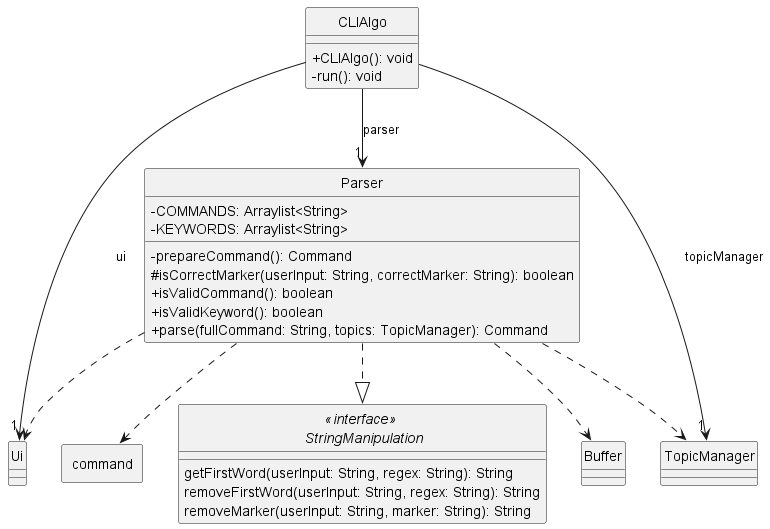
Before: docs/class-diagrams/diagrams/ParserClass.png, a diagram exported from PlantUML (ong-ck/tp).
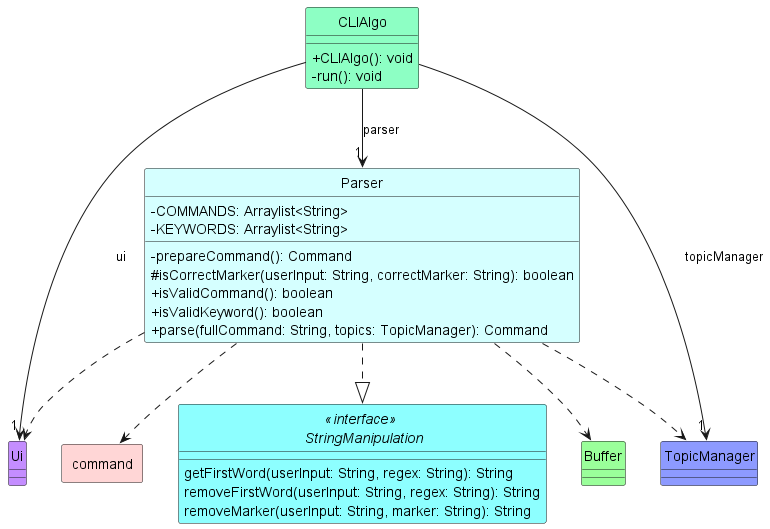
The same diagram one commit later.

What changed in the source:
```diff
@@ -1,10 +1,11 @@
 @startuml
+!include ../../style.iuml
 skinparam classAttributeIconSize 0
 hide circle
 
 class "<<interface>> \n StringManipulation" as StringManipulation
 
-class Parser {
+class Parser Parser_STYLE {
 -COMMANDS: Arraylist<String>
 -KEYWORDS: Arraylist<String>
 
@@ -15,27 +16,27 @@
 +parse(fullCommand: String, topics: TopicManager): Command
 }
 
-interface StringManipulation {
+interface StringManipulation StringManipulation_STYLE {
 getFirstWord(userInput: String, regex: String): String
 removeFirstWord(userInput: String, regex: String): String
 removeMarker(userInput: String, marker: String): String
 }
 
-class Ui {
+class Ui Ui_STYLE {
 }
 
-class TopicManager {
+class TopicManager TopicManager_STYLE {
 }
 
-class Buffer {
+class Buffer Buffer_STYLE{
 }
 
-class CLIAlgo {
+class CLIAlgo CLIAlgo_STYLE{
 +CLIAlgo(): void
 -run(): void
 }
 
-package command <<rectangle>>{
+package command <<rectangle>> Command_STYLE {
 }
 
 CLIAlgo --> "1" Ui : ui
```
